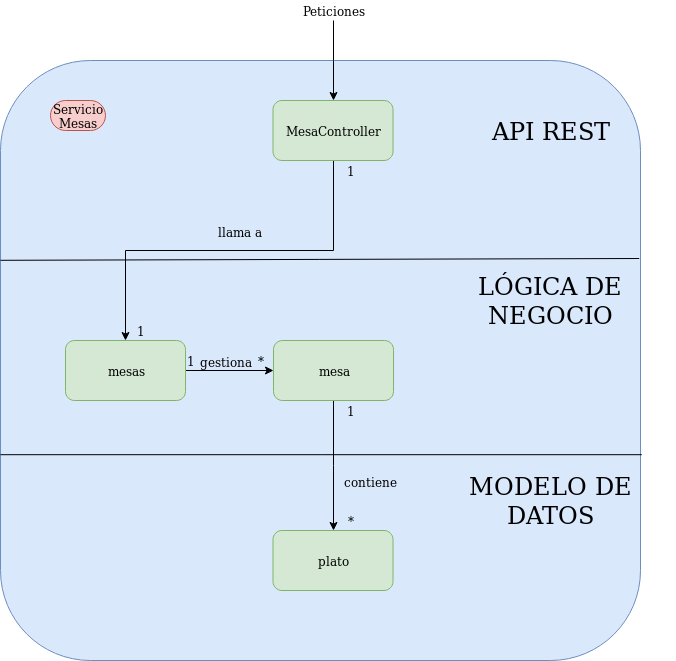
Before: Documentacion/mesaservice.png, a diagram exported from draw.io (antmordhar/ProyectoCC). Source tidied: cells renumbered, new cells last; positions are measured from the earlier drawing's top-left corner, leaving out a move shared by most shapes.
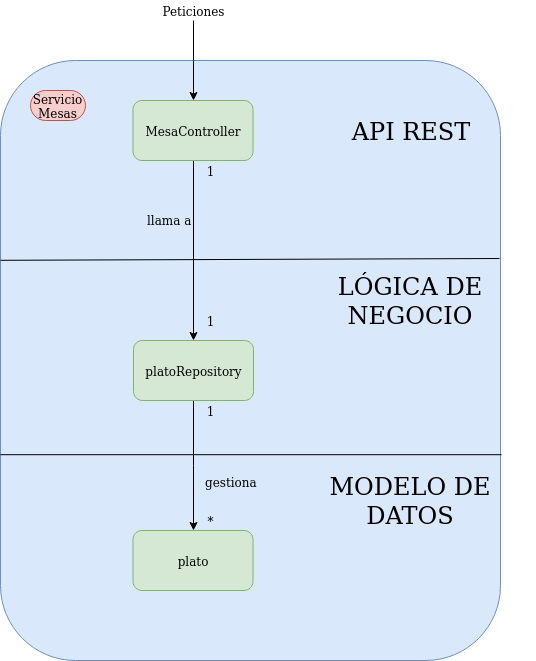
After the change.

What changed in the source:
```diff
@@ -3,12 +3,12 @@
     <mxCell id="0" />
     <mxCell id="1" parent="0" />
     <mxCell id="2" style="rounded=1;whiteSpace=wrap;html=1;fillColor=#dae8fc;strokeColor=#6c8ebf;glass=0;comic=0;" parent="1" vertex="1">
-      <mxGeometry y="60" width="640" height="600" as="geometry" />
+      <mxGeometry x="140" y="60" width="500" height="600" as="geometry" />
     </mxCell>
     <mxCell id="3" value="Servicio Mesas" style="text;html=1;strokeColor=#b85450;fillColor=#f8cecc;align=center;verticalAlign=middle;whiteSpace=wrap;rounded=1;glass=0;arcSize=50;" parent="1" vertex="1">
-      <mxGeometry x="50" y="100" width="55" height="30" as="geometry" />
+      <mxGeometry x="170" y="90" width="55" height="30" as="geometry" />
     </mxCell>
-    <mxCell id="4" style="edgeStyle=orthogonalEdgeStyle;rounded=0;jettySize=auto;html=1;exitX=0.5;exitY=1;exitDx=0;exitDy=0;entryX=0.5;entryY=0;entryDx=0;entryDy=0;" parent="1" edge="1" source="6" target="10">
+    <mxCell id="4" style="edgeStyle=orthogonalEdgeStyle;rounded=0;jettySize=auto;html=1;exitX=0.5;exitY=1;exitDx=0;exitDy=0;entryX=0.5;entryY=0;entryDx=0;entryDy=0;" parent="1" edge="1" source="28" target="9">
       <mxGeometry relative="1" as="geometry" />
     </mxCell>
     <mxCell id="5" value="llama a" style="text;html=1;align=center;verticalAlign=middle;labelBackgroundColor=none;" parent="4" vertex="1">
@@ -16,52 +16,41 @@
         <mxPoint x="-21.5" y="-16.5" as="offset" />
       </mxGeometry>
     </mxCell>
+    <mxCell id="28" style="rounded=1;whiteSpace=wrap;html=1;fillColor=#d5e8d4;strokeColor=#82b366;glass=0;" parent="1" vertex="1">
+      <mxGeometry x="272.5" y="100" width="120" height="60" as="geometry" />
+    </mxCell>
-    <mxCell id="6" style="rounded=1;whiteSpace=wrap;html=1;fillColor=#d5e8d4;strokeColor=#82b366;glass=0;" parent="1" vertex="1">
-      <mxGeometry x="272.5" y="100" width="120" height="60" as="geometry" />
+    <mxCell id="6" value="MesaController" style="text;html=1;strokeColor=none;fillColor=none;align=center;verticalAlign=middle;whiteSpace=wrap;rounded=0;" parent="1" vertex="1">
+      <mxGeometry x="312.5" y="120" width="40" height="20" as="geometry" />
     </mxCell>
-    <mxCell id="7" value="MesaController" style="text;html=1;strokeColor=none;fillColor=none;align=center;verticalAlign=middle;whiteSpace=wrap;rounded=0;" parent="1" vertex="1">
-      <mxGeometry x="312.5" y="120" width="40" height="20" as="geometry" />
+    <mxCell id="7" style="edgeStyle=orthogonalEdgeStyle;rounded=0;jettySize=auto;html=1;exitX=0.5;exitY=1;exitDx=0;exitDy=0;" parent="1" edge="1" source="9" target="21">
+      <mxGeometry relative="1" as="geometry" />
     </mxCell>
-    <mxCell id="8" style="edgeStyle=orthogonalEdgeStyle;rounded=0;jettySize=auto;html=1;exitX=1;exitY=0.5;exitDx=0;exitDy=0;entryX=0;entryY=0.5;entryDx=0;entryDy=0;" parent="1" edge="1" source="10" target="13">
-      <mxGeometry relative="1" as="geometry" />
+    <mxCell id="8" value="gestiona" style="text;html=1;align=center;verticalAlign=middle;labelBackgroundColor=none;" parent="7" vertex="1">
+      <mxGeometry x="0.15" y="1" relative="1" as="geometry">
+        <mxPoint x="36" y="5" as="offset" />
+      </mxGeometry>
     </mxCell>
-    <mxCell id="9" value="gestiona " style="text;html=1;align=center;verticalAlign=middle;points=[];labelBackgroundColor=none;" parent="8" vertex="1">
-      <mxGeometry x="-0.28" relative="1" as="geometry">
-        <mxPoint x="8" y="-10" as="offset" />
-      </mxGeometry>
+    <mxCell id="9" value="platoRepository" style="rounded=1;whiteSpace=wrap;html=1;fillColor=#d5e8d4;strokeColor=#82b366;glass=0;" parent="1" vertex="1">
+      <mxGeometry x="273" y="340" width="120" height="60" as="geometry" />
     </mxCell>
-    <mxCell id="10" value="mesas" style="rounded=1;whiteSpace=wrap;html=1;fillColor=#d5e8d4;strokeColor=#82b366;glass=0;" parent="1" vertex="1">
-      <mxGeometry x="65" y="340" width="120" height="60" as="geometry" />
+    <mxCell id="10" style="edgeStyle=orthogonalEdgeStyle;rounded=0;jettySize=auto;html=1;exitX=0.5;exitY=1;exitDx=0;exitDy=0;" parent="1" edge="1" source="13" target="28">
+      <mxGeometry relative="1" as="geometry" />
     </mxCell>
-    <mxCell id="11" style="edgeStyle=orthogonalEdgeStyle;rounded=0;jettySize=auto;html=1;exitX=0.5;exitY=1;exitDx=0;exitDy=0;" parent="1" edge="1" source="13" target="21">
-      <mxGeometry relative="1" as="geometry" />
-    </mxCell>
-    <mxCell id="12" value="contiene" style="text;html=1;align=center;verticalAlign=middle;labelBackgroundColor=none;" parent="11" vertex="1">
-      <mxGeometry x="0.15" y="1" relative="1" as="geometry">
-        <mxPoint x="36" y="5" as="offset" />
-      </mxGeometry>
-    </mxCell>
-    <mxCell id="13" value="mesa" style="rounded=1;whiteSpace=wrap;html=1;fillColor=#d5e8d4;strokeColor=#82b366;glass=0;" parent="1" vertex="1">
-      <mxGeometry x="273" y="340" width="120" height="60" as="geometry" />
+    <mxCell id="13" value="Peticiones" style="text;html=1;strokeColor=none;fillColor=none;align=center;verticalAlign=middle;whiteSpace=wrap;rounded=0;glass=0;comic=0;" parent="1" vertex="1">
+      <mxGeometry x="312.5" width="40" height="20" as="geometry" />
     </mxCell>
-    <mxCell id="14" style="edgeStyle=orthogonalEdgeStyle;rounded=0;jettySize=auto;html=1;exitX=0.5;exitY=1;exitDx=0;exitDy=0;" parent="1" edge="1" source="15" target="6">
-      <mxGeometry relative="1" as="geometry" />
-    </mxCell>
-    <mxCell id="15" value="Peticiones" style="text;html=1;strokeColor=none;fillColor=none;align=center;verticalAlign=middle;whiteSpace=wrap;rounded=0;glass=0;comic=0;" parent="1" vertex="1">
-      <mxGeometry x="312.5" width="40" height="20" as="geometry" />
+    <mxCell id="15" style="endArrow=none;html=1;exitX=0;exitY=0.333;exitDx=0;exitDy=0;exitPerimeter=0;entryX=0.998;entryY=0.33;entryDx=0;entryDy=0;entryPerimeter=0;" parent="1" edge="1" source="2" target="2">
+      <mxGeometry relative="1" as="geometry" />
     </mxCell>
-    <mxCell id="16" style="endArrow=none;html=1;exitX=0;exitY=0.333;exitDx=0;exitDy=0;exitPerimeter=0;entryX=0.998;entryY=0.33;entryDx=0;entryDy=0;entryPerimeter=0;" parent="1" edge="1" source="2" target="2">
-      <mxGeometry relative="1" as="geometry" />
+    <mxCell id="16" value="&lt;font style=&quot;font-size: 24px&quot;&gt;API REST&lt;/font&gt;" style="text;html=1;strokeColor=none;fillColor=none;align=center;verticalAlign=middle;whiteSpace=wrap;rounded=0;glass=0;comic=0;labelBackgroundColor=none;" parent="1" vertex="1">
+      <mxGeometry x="470" y="120" width="160" height="20" as="geometry" />
     </mxCell>
-    <mxCell id="17" value="&lt;font style=&quot;font-size: 24px&quot;&gt;API REST&lt;/font&gt;" style="text;html=1;strokeColor=none;fillColor=none;align=center;verticalAlign=middle;whiteSpace=wrap;rounded=0;glass=0;comic=0;labelBackgroundColor=none;" parent="1" vertex="1">
-      <mxGeometry x="470" y="120" width="160" height="20" as="geometry" />
+    <mxCell id="17" value="&lt;font style=&quot;font-size: 24px&quot;&gt;LÓGICA DE NEGOCIO&lt;/font&gt;" style="text;html=1;strokeColor=none;fillColor=none;align=center;verticalAlign=middle;whiteSpace=wrap;rounded=0;glass=0;comic=0;labelBackgroundColor=none;" parent="1" vertex="1">
+      <mxGeometry x="425" y="290" width="250" height="20" as="geometry" />
     </mxCell>
-    <mxCell id="18" value="&lt;font style=&quot;font-size: 24px&quot;&gt;LÓGICA DE NEGOCIO&lt;/font&gt;" style="text;html=1;strokeColor=none;fillColor=none;align=center;verticalAlign=middle;whiteSpace=wrap;rounded=0;glass=0;comic=0;labelBackgroundColor=none;" parent="1" vertex="1">
-      <mxGeometry x="425" y="290" width="250" height="20" as="geometry" />
+    <mxCell id="18" style="endArrow=none;html=1;exitX=0;exitY=0.657;exitDx=0;exitDy=0;exitPerimeter=0;entryX=1.002;entryY=0.657;entryDx=0;entryDy=0;entryPerimeter=0;" parent="1" edge="1" source="2" target="2">
+      <mxGeometry relative="1" as="geometry" />
     </mxCell>
-    <mxCell id="19" style="endArrow=none;html=1;exitX=0;exitY=0.657;exitDx=0;exitDy=0;exitPerimeter=0;entryX=1.002;entryY=0.657;entryDx=0;entryDy=0;entryPerimeter=0;" parent="1" edge="1" source="2" target="2">
-      <mxGeometry relative="1" as="geometry" />
-    </mxCell>
     <mxCell id="20" value="&lt;font style=&quot;font-size: 24px&quot;&gt;MODELO DE DATOS&lt;/font&gt;" style="text;html=1;strokeColor=none;fillColor=none;align=center;verticalAlign=middle;whiteSpace=wrap;rounded=0;glass=0;comic=0;labelBackgroundColor=none;" parent="1" vertex="1">
       <mxGeometry x="425" y="490" width="250" height="20" as="geometry" />
     </mxCell>
@@ -71,20 +60,14 @@
     <mxCell id="22" value="*" style="text;html=1;strokeColor=none;fillColor=none;align=center;verticalAlign=middle;whiteSpace=wrap;rounded=0;labelBackgroundColor=none;" parent="1" vertex="1">
       <mxGeometry x="330" y="510" width="40" height="20" as="geometry" />
     </mxCell>
-    <mxCell id="23" value="*" style="text;html=1;strokeColor=none;fillColor=none;align=center;verticalAlign=middle;whiteSpace=wrap;rounded=0;labelBackgroundColor=none;" parent="1" vertex="1">
-      <mxGeometry x="240" y="350" width="40" height="20" as="geometry" />
-    </mxCell>
-    <mxCell id="24" value="1" style="text;html=1;strokeColor=none;fillColor=none;align=center;verticalAlign=middle;whiteSpace=wrap;rounded=0;labelBackgroundColor=none;" parent="1" vertex="1">
-      <mxGeometry x="170" y="350" width="40" height="20" as="geometry" />
-    </mxCell>
+    <mxCell id="29" value="1" style="text;html=1;strokeColor=none;fillColor=none;align=center;verticalAlign=middle;whiteSpace=wrap;rounded=0;labelBackgroundColor=none;" parent="1" vertex="1">
+      <mxGeometry x="330" y="310" width="40" height="20" as="geometry" />
+    </mxCell>
     <mxCell id="25" value="1" style="text;html=1;strokeColor=none;fillColor=none;align=center;verticalAlign=middle;whiteSpace=wrap;rounded=0;labelBackgroundColor=none;" parent="1" vertex="1">
       <mxGeometry x="330" y="400" width="40" height="20" as="geometry" />
     </mxCell>
     <mxCell id="26" value="1" style="text;html=1;strokeColor=none;fillColor=none;align=center;verticalAlign=middle;whiteSpace=wrap;rounded=0;labelBackgroundColor=none;" parent="1" vertex="1">
       <mxGeometry x="330" y="160" width="40" height="20" as="geometry" />
     </mxCell>
-    <mxCell id="27" value="1" style="text;html=1;strokeColor=none;fillColor=none;align=center;verticalAlign=middle;whiteSpace=wrap;rounded=0;labelBackgroundColor=none;" parent="1" vertex="1">
-      <mxGeometry x="120" y="320" width="40" height="20" as="geometry" />
-    </mxCell>
   </root>
 </mxGraphModel>
```
